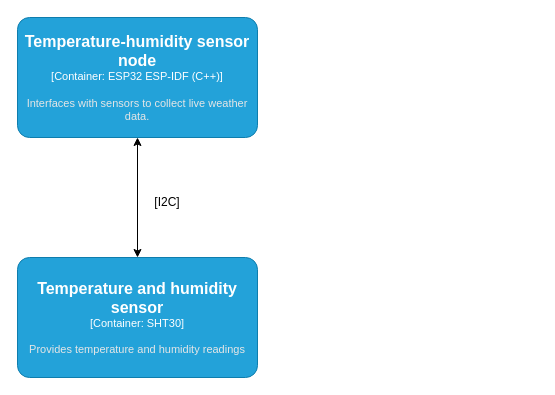
Above: temperature_humidity_node.drawio in al-c95/IoTWeatherStation (draw.io), before the change. Source tidied: cells renumbered, new cells numbered last; positions are measured from the earlier drawing's top-left corner, leaving out a move shared by most shapes. Both pictures are drawn from the tidied source at 100%, with x=0, y=0 at pixel (17, 17).
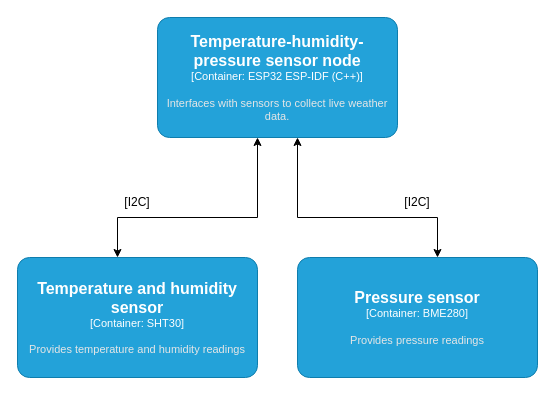
The same page after the edit.

Change to the diagram source:
```diff
@@
 <mxGraphModel>
   <root>
     <mxCell id="0" />
     <mxCell id="1" parent="0" />
-    <object id="2" label="&lt;font style=&quot;font-size: 16px&quot;&gt;&lt;b&gt;%c4Name%&lt;/b&gt;&lt;/font&gt;&lt;div&gt;[%c4Type%: %c4Technology%]&lt;/div&gt;&lt;br&gt;&lt;div&gt;&lt;font style=&quot;font-size: 11px&quot;&gt;&lt;font color=&quot;#E6E6E6&quot;&gt;%c4Description%&lt;/font&gt;&lt;/div&gt;" c4Description="Interfaces with sensors to collect live weather data." c4Name="Temperature-humidity sensor node" c4Technology="ESP32 ESP-IDF (C++)" c4Type="Container" placeholders="1">
+    <object id="2" label="&lt;font style=&quot;font-size: 16px&quot;&gt;&lt;b&gt;%c4Name%&lt;/b&gt;&lt;/font&gt;&lt;div&gt;[%c4Type%: %c4Technology%]&lt;/div&gt;&lt;br&gt;&lt;div&gt;&lt;font style=&quot;font-size: 11px&quot;&gt;&lt;font color=&quot;#E6E6E6&quot;&gt;%c4Description%&lt;/font&gt;&lt;/div&gt;" c4Description="Interfaces with sensors to collect live weather data." c4Name="Temperature-humidity-pressure sensor node" c4Technology="ESP32 ESP-IDF (C++)" c4Type="Container" placeholders="1">
       <mxCell style="rounded=1;whiteSpace=wrap;html=1;fontSize=11;labelBackgroundColor=none;fillColor=#23A2D9;fontColor=#ffffff;align=center;arcSize=10;strokeColor=#0E7DAD;points=[[0.25,0,0],[0.5,0,0],[0.75,0,0],[1,0.25,0],[1,0.5,0],[1,0.75,0],[0.75,1,0],[0.5,1,0],[0.25,1,0],[0,0.75,0],[0,0.5,0],[0,0.25,0]];" parent="1" vertex="1">
-        <mxGeometry width="240" height="120" as="geometry" />
+        <mxGeometry x="140" width="240" height="120" as="geometry" />
       </mxCell>
     </object>
     <object id="3" label="&lt;font style=&quot;font-size: 16px&quot;&gt;&lt;b&gt;%c4Name%&lt;/b&gt;&lt;/font&gt;&lt;div&gt;[%c4Type%: %c4Technology%]&lt;/div&gt;&lt;br&gt;&lt;div&gt;&lt;font style=&quot;font-size: 11px&quot;&gt;&lt;font color=&quot;#E6E6E6&quot;&gt;%c4Description%&lt;/font&gt;&lt;/div&gt;" c4Description="Provides temperature and humidity readings" c4Name="Temperature and humidity sensor" c4Technology="SHT30" c4Type="Container" placeholders="1">
       <mxCell style="rounded=1;whiteSpace=wrap;html=1;fontSize=11;labelBackgroundColor=none;fillColor=#23A2D9;fontColor=#ffffff;align=center;arcSize=10;strokeColor=#0E7DAD;points=[[0.25,0,0],[0.5,0,0],[0.75,0,0],[1,0.25,0],[1,0.5,0],[1,0.75,0],[0.75,1,0],[0.5,1,0],[0.25,1,0],[0,0.75,0],[0,0.5,0],[0,0.25,0]];" parent="1" vertex="1">
         <mxGeometry y="240" width="240" height="120" as="geometry" />
       </mxCell>
     </object>
-    <mxCell id="4" style="endArrow=classic;startArrow=classic;html=1;rounded=0;entryX=0.5;entryY=1;entryDx=0;entryDy=0;entryPerimeter=0;exitX=0.5;exitY=0;exitDx=0;exitDy=0;exitPerimeter=0;" parent="1" edge="1" source="3" target="2">
-      <mxGeometry relative="1" as="geometry" />
+    <mxCell id="4" style="endArrow=classic;startArrow=classic;html=1;rounded=0;entryX=0.5;entryY=1;entryDx=0;entryDy=0;entryPerimeter=0;exitX=0.5;exitY=0;exitDx=0;exitDy=0;exitPerimeter=0;" parent="1" edge="1">
+      <mxGeometry relative="1" as="geometry">
+        <mxPoint x="100" y="240" as="sourcePoint" />
+        <mxPoint x="240" y="120" as="targetPoint" />
+        <Array as="points">
+          <mxPoint x="100" y="200" />
+          <mxPoint x="240" y="200" />
+        </Array>
+      </mxGeometry>
     </mxCell>
     <mxCell id="5" value="[I2C]" style="text;html=1;align=center;verticalAlign=middle;whiteSpace=wrap;rounded=0;" parent="1" vertex="1">
-      <mxGeometry x="120" y="170" width="60" height="30" as="geometry" />
+      <mxGeometry x="90" y="170" width="60" height="30" as="geometry" />
     </mxCell>
+    <object id="6" label="&lt;font style=&quot;font-size: 16px&quot;&gt;&lt;b&gt;%c4Name%&lt;/b&gt;&lt;/font&gt;&lt;div&gt;[%c4Type%: %c4Technology%]&lt;/div&gt;&lt;br&gt;&lt;div&gt;&lt;font style=&quot;font-size: 11px&quot;&gt;&lt;font color=&quot;#E6E6E6&quot;&gt;%c4Description%&lt;/font&gt;&lt;/div&gt;" c4Description="Provides pressure readings" c4Name="Pressure sensor" c4Technology="BME280" c4Type="Container" placeholders="1">
+      <mxCell style="rounded=1;whiteSpace=wrap;html=1;fontSize=11;labelBackgroundColor=none;fillColor=#23A2D9;fontColor=#ffffff;align=center;arcSize=10;strokeColor=#0E7DAD;" parent="1" vertex="1">
+        <mxGeometry x="280" y="240" width="240" height="120" as="geometry" />
+      </mxCell>
+    </object>
+    <mxCell id="7" style="endArrow=classic;startArrow=classic;html=1;rounded=0;entryX=0.5;entryY=0;entryDx=0;entryDy=0;entryPerimeter=0;" parent="1" edge="1">
+      <mxGeometry relative="1" as="geometry">
+        <mxPoint x="280" y="120" as="sourcePoint" />
+        <mxPoint x="420" y="240" as="targetPoint" />
+        <Array as="points">
+          <mxPoint x="280" y="200" />
+          <mxPoint x="420" y="200" />
+        </Array>
+      </mxGeometry>
+    </mxCell>
+    <mxCell id="8" value="[I2C]" style="text;html=1;align=center;verticalAlign=middle;whiteSpace=wrap;rounded=0;" parent="1" vertex="1">
+      <mxGeometry x="370" y="170" width="60" height="30" as="geometry" />
+    </mxCell>
   </root>
 </mxGraphModel>
```
